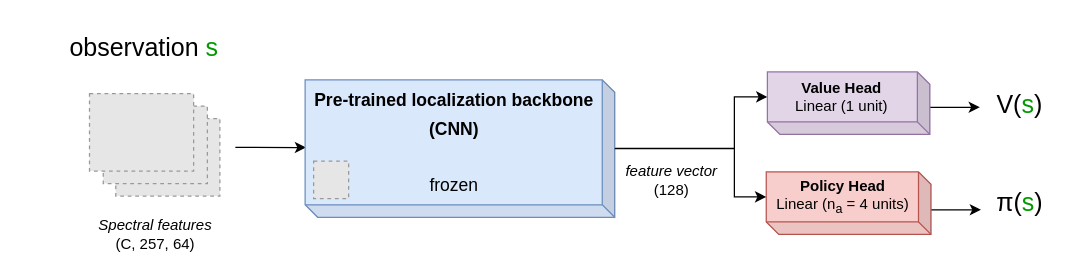
Before: slides/4_rl/figures/rl_agent_architecture.drawio in GaetanLepage/phd_defense_slides, a draw.io diagram. Source tidied: cells renumbered, new cells numbered last; positions are measured from the earlier drawing's top-left corner, leaving out a move shared by most shapes. Both pictures are drawn from the tidied source at 125%, with x=0, y=0 at pixel (21, 21). Pictures stored in the file or linked from it are replaced by grey dashed boxes.
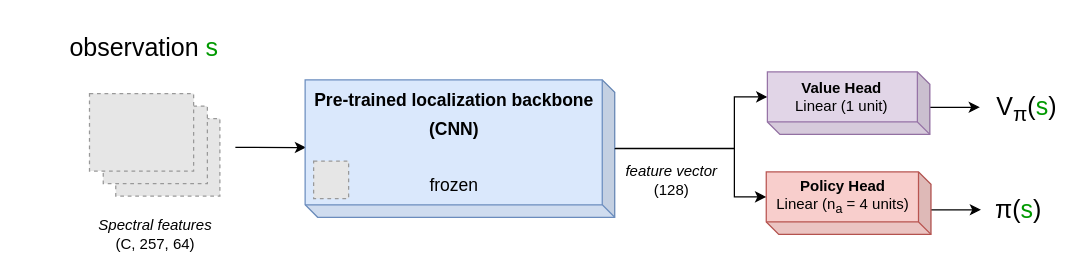
The same page after the edit.

Change to the diagram source:
```diff
@@
-    <mxCell id="12" value="V(&lt;font style=&quot;color: rgb(0, 153, 0);&quot;&gt;s&lt;/font&gt;)" style="text;html=1;align=center;verticalAlign=middle;whiteSpace=wrap;rounded=0;fontFamily=Helvetica;fontSize=20;" parent="1" vertex="1">
-      <mxGeometry x="776.4" y="45" width="44.9" height="40" as="geometry" />
+    <mxCell id="12" value="V&lt;sub&gt;π&lt;/sub&gt;(&lt;font style=&quot;color: rgb(0, 153, 0);&quot;&gt;s&lt;/font&gt;)" style="text;html=1;align=left;verticalAlign=middle;whiteSpace=wrap;rounded=0;fontFamily=Helvetica;fontSize=20;" parent="1" vertex="1">
+      <mxGeometry x="778" y="50" width="53.6" height="40" as="geometry" />
     </mxCell>
-    <mxCell id="13" value="π(&lt;font style=&quot;color: rgb(0, 153, 0);&quot;&gt;s&lt;/font&gt;)" style="text;html=1;align=center;verticalAlign=middle;whiteSpace=wrap;rounded=0;fontFamily=Helvetica;fontSize=20;" parent="1" vertex="1">
-      <mxGeometry x="776.4" y="124" width="44.9" height="40" as="geometry" />
+    <mxCell id="13" value="π(&lt;font style=&quot;color: rgb(0, 153, 0);&quot;&gt;s&lt;/font&gt;)" style="text;html=1;align=left;verticalAlign=middle;whiteSpace=wrap;rounded=0;fontFamily=Helvetica;fontSize=20;" parent="1" vertex="1">
+      <mxGeometry x="777.4" y="129" width="44.9" height="40" as="geometry" />
     </mxCell>
```
